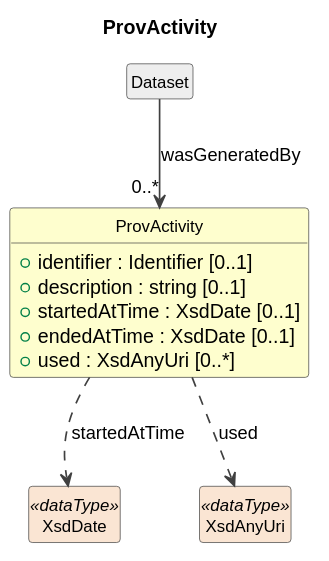
Earlier version of the PlantUML export cdif-uml-model/_plantuml/cdifDataStructure/Classes/ProvActivity.svg (Cross-Domain-Interoperability-Framework/metadataBuildingBlocks).
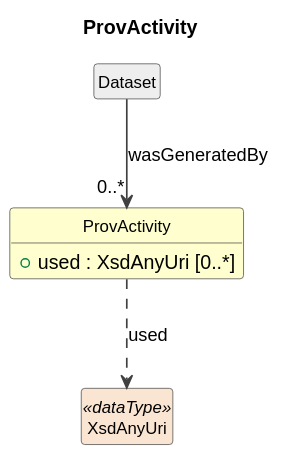
After the change.

Diff of the diagram source:
```diff
@@ -11,16 +11,10 @@
 }
 
 class "ProvActivity" as ProvActivity #FEFECE {
-  +identifier : Identifier [0..1]
-  +description : string [0..1]
-  +startedAtTime : XsdDate [0..1]
-  +endedAtTime : XsdDate [0..1]
   +used : XsdAnyUri [0..*]
 }
 class "Dataset" as Dataset #EEEEEE
 Dataset --> "0..*" ProvActivity : wasGeneratedBy
-class "XsdDate" as XsdDate <<dataType>> #FAE5D3
-ProvActivity ..> XsdDate : startedAtTime
 class "XsdAnyUri" as XsdAnyUri <<dataType>> #FAE5D3
 ProvActivity ..> XsdAnyUri : used
 @enduml
```
